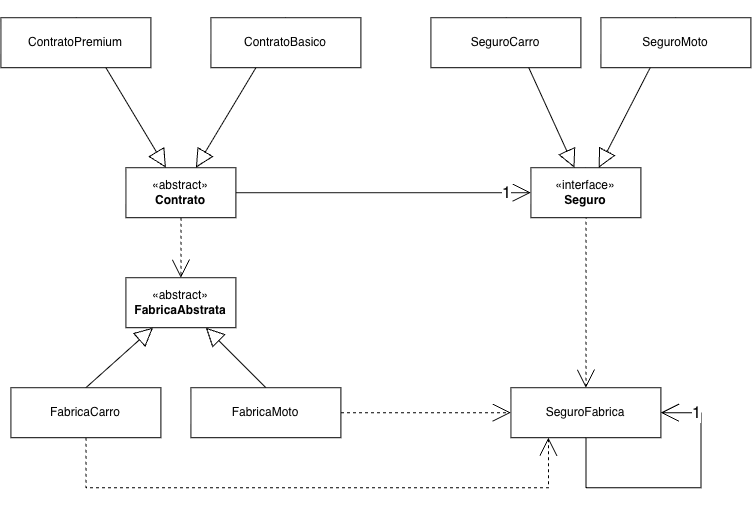
The draw.io diagram Diagrama.png in LeonardoVieira25/integra-bridge, before a commit. Source tidied: cells renumbered, new cells last; positions are measured from the earlier drawing's top-left corner, leaving out a move shared by most shapes. The source it was exported from:
```xml
<mxGraphModel background="#FFFFFF">
  <root>
    <mxCell id="0" />
    <mxCell id="1" parent="0" />
    <mxCell id="2" style="rounded=0;jettySize=auto;html=1;exitX=0.5;exitY=0;exitDx=0;exitDy=0;entryX=0.5;entryY=0;entryDx=0;entryDy=0;endArrow=open;endFill=0;dashed=1;endSize=16;" parent="1" edge="1" source="3" target="17">
      <mxGeometry relative="1" as="geometry" />
    </mxCell>
    <mxCell id="3" value="«interface»&lt;br&gt;&lt;b&gt;Seguro&lt;/b&gt;" style="html=1;whiteSpace=wrap;" parent="1" vertex="1">
      <mxGeometry x="530" y="150" width="110" height="50" as="geometry" />
    </mxCell>
    <mxCell id="4" style="rounded=0;jettySize=auto;html=1;exitX=0.5;exitY=0;exitDx=0;exitDy=0;endArrow=block;endFill=0;endSize=16;" parent="1" edge="1" source="5" target="3">
      <mxGeometry relative="1" as="geometry" />
    </mxCell>
    <mxCell id="5" value="SeguroCarro" style="html=1;whiteSpace=wrap;" parent="1" vertex="1">
      <mxGeometry x="430" width="150" height="50" as="geometry" />
    </mxCell>
    <mxCell id="6" style="rounded=0;jettySize=auto;html=1;exitX=0.5;exitY=0;exitDx=0;exitDy=0;endArrow=block;endFill=0;endSize=16;" parent="1" edge="1" source="7" target="3">
      <mxGeometry relative="1" as="geometry" />
    </mxCell>
    <mxCell id="7" value="SeguroMoto" style="html=1;whiteSpace=wrap;" parent="1" vertex="1">
      <mxGeometry x="600" width="150" height="50" as="geometry" />
    </mxCell>
    <mxCell id="8" style="edgeStyle=orthogonalEdgeStyle;rounded=0;jettySize=auto;html=1;exitX=1;exitY=0.5;exitDx=0;exitDy=0;entryX=0;entryY=0.5;entryDx=0;entryDy=0;endArrow=open;endFill=0;endSize=16;" parent="1" edge="1" source="11" target="3">
      <mxGeometry relative="1" as="geometry" />
    </mxCell>
    <mxCell id="9" value="&lt;font style=&quot;font-size: 16px;&quot;&gt;1&lt;/font&gt;" style="edgeLabel;html=1;align=center;verticalAlign=middle;" parent="8" vertex="1">
      <mxGeometry x="0.82" relative="1" as="geometry">
        <mxPoint x="1" as="offset" />
      </mxGeometry>
    </mxCell>
    <mxCell id="10" style="rounded=0;jettySize=auto;html=1;entryX=0.5;entryY=0;entryDx=0;entryDy=0;dashed=1;endSize=16;endArrow=open;endFill=0;" parent="1" edge="1" source="11" target="16">
      <mxGeometry relative="1" as="geometry" />
    </mxCell>
    <mxCell id="11" value="«abstract&lt;span style=&quot;background-color: transparent; color: light-dark(rgb(0, 0, 0), rgb(255, 255, 255));&quot;&gt;»&lt;/span&gt;&lt;div&gt;&lt;b&gt;Contrato&lt;/b&gt;&lt;/div&gt;" style="html=1;whiteSpace=wrap;" parent="1" vertex="1">
      <mxGeometry x="125" y="150" width="110" height="50" as="geometry" />
    </mxCell>
    <mxCell id="12" style="rounded=0;jettySize=auto;html=1;exitX=0.5;exitY=0;exitDx=0;exitDy=0;endArrow=block;endFill=0;endSize=16;" parent="1" edge="1" source="13" target="11">
      <mxGeometry relative="1" as="geometry" />
    </mxCell>
    <mxCell id="13" value="ContratoBasico" style="html=1;whiteSpace=wrap;" parent="1" vertex="1">
      <mxGeometry x="210" width="150" height="50" as="geometry" />
    </mxCell>
    <mxCell id="14" style="rounded=0;jettySize=auto;html=1;exitX=0.5;exitY=0;exitDx=0;exitDy=0;endArrow=block;endFill=0;endSize=16;" parent="1" edge="1" source="15" target="11">
      <mxGeometry relative="1" as="geometry" />
    </mxCell>
    <mxCell id="15" value="ContratoPremium" style="html=1;whiteSpace=wrap;" parent="1" vertex="1">
      <mxGeometry width="150" height="50" as="geometry" />
    </mxCell>
    <mxCell id="16" value="«abstract&lt;span style=&quot;background-color: transparent; color: light-dark(rgb(0, 0, 0), rgb(255, 255, 255));&quot;&gt;»&lt;/span&gt;&lt;div&gt;&lt;b&gt;FabricaAbstrata&lt;/b&gt;&lt;/div&gt;" style="html=1;whiteSpace=wrap;" parent="1" vertex="1">
      <mxGeometry x="125" y="260" width="110" height="50" as="geometry" />
    </mxCell>
    <mxCell id="17" value="SeguroFabrica" style="html=1;whiteSpace=wrap;" parent="1" vertex="1">
      <mxGeometry x="510" y="370" width="150" height="50" as="geometry" />
    </mxCell>
    <mxCell id="18" style="edgeStyle=orthogonalEdgeStyle;rounded=0;orthogonalLoop=1;jettySize=auto;html=1;innerLoopWaypoints=1;exitX=0.5;exitY=1;exitDx=0;exitDy=0;entryX=1;entryY=0.5;entryDx=0;entryDy=0;endArrow=open;endFill=0;endSize=16;" parent="1" edge="1" source="17" target="17">
      <mxGeometry relative="1" as="geometry">
        <Array as="points">
          <mxPoint x="585" y="470" />
          <mxPoint x="700" y="470" />
          <mxPoint x="700" y="395" />
        </Array>
      </mxGeometry>
    </mxCell>
    <mxCell id="19" value="&lt;font style=&quot;font-size: 16px;&quot;&gt;1&lt;/font&gt;" style="edgeLabel;html=1;align=center;verticalAlign=middle;" parent="18" vertex="1">
      <mxGeometry x="0.76" y="2" relative="1" as="geometry">
        <mxPoint y="-2" as="offset" />
      </mxGeometry>
    </mxCell>
    <mxCell id="20" style="rounded=0;jettySize=auto;html=1;exitX=0.5;exitY=0;exitDx=0;exitDy=0;endArrow=block;endFill=0;endSize=16;" parent="1" edge="1" source="22" target="16">
      <mxGeometry relative="1" as="geometry" />
    </mxCell>
    <mxCell id="21" style="edgeStyle=orthogonalEdgeStyle;rounded=0;jettySize=auto;html=1;exitX=0.5;exitY=1;exitDx=0;exitDy=0;entryX=0.25;entryY=1;entryDx=0;entryDy=0;endArrow=open;endFill=0;endSize=16;dashed=1;" parent="1" edge="1" source="22" target="17">
      <mxGeometry relative="1" as="geometry">
        <Array as="points">
          <mxPoint x="85" y="470" />
          <mxPoint x="547.5" y="470" />
        </Array>
      </mxGeometry>
    </mxCell>
    <mxCell id="22" value="FabricaCarro" style="html=1;whiteSpace=wrap;" parent="1" vertex="1">
      <mxGeometry x="10" y="370" width="150" height="50" as="geometry" />
    </mxCell>
    <mxCell id="23" style="rounded=0;jettySize=auto;html=1;exitX=0.5;exitY=0;exitDx=0;exitDy=0;endArrow=block;endFill=0;endSize=16;" parent="1" edge="1" source="25" target="16">
      <mxGeometry relative="1" as="geometry" />
    </mxCell>
    <mxCell id="24" style="rounded=0;jettySize=auto;html=1;exitX=1;exitY=0.5;exitDx=0;exitDy=0;entryX=0;entryY=0.5;entryDx=0;entryDy=0;endArrow=open;endFill=0;endSize=16;dashed=1;" parent="1" edge="1" source="25" target="17">
      <mxGeometry relative="1" as="geometry" />
    </mxCell>
    <mxCell id="25" value="FabricaMoto" style="html=1;whiteSpace=wrap;" parent="1" vertex="1">
      <mxGeometry x="190" y="370" width="150" height="50" as="geometry" />
    </mxCell>
  </root>
</mxGraphModel>
```
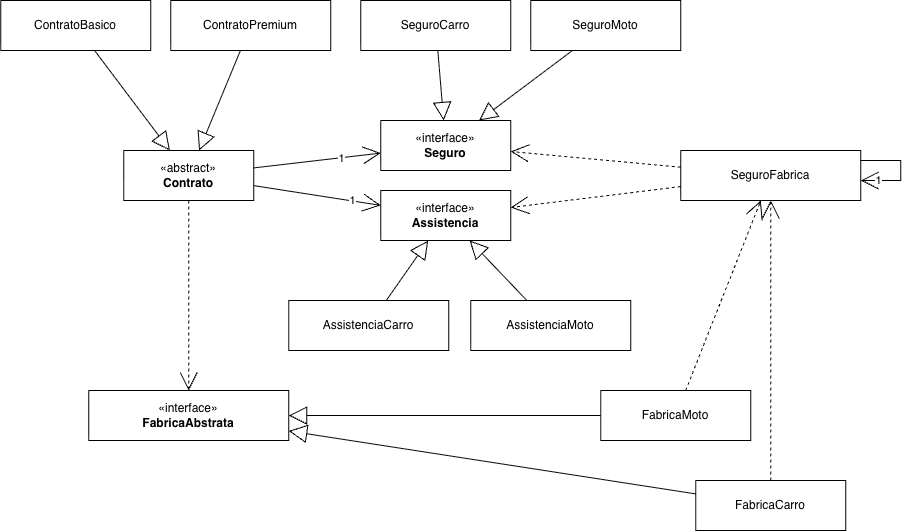
After the commit.

The edit, as a diff of the source:
```diff
@@ -2,92 +2,100 @@
   <root>
     <mxCell id="0" />
     <mxCell id="1" parent="0" />
-    <mxCell id="2" style="rounded=0;jettySize=auto;html=1;exitX=0.5;exitY=0;exitDx=0;exitDy=0;entryX=0.5;entryY=0;entryDx=0;entryDy=0;endArrow=open;endFill=0;dashed=1;endSize=16;" parent="1" edge="1" source="3" target="17">
-      <mxGeometry relative="1" as="geometry" />
-    </mxCell>
+    <mxCell id="26" value="«abstract»&lt;br&gt;&lt;b&gt;Contrato&lt;/b&gt;" style="html=1;whiteSpace=wrap;" parent="1" vertex="1">
+      <mxGeometry x="-965" y="125" width="130" height="50" as="geometry" />
+    </mxCell>
+    <mxCell id="13" value="ContratoBasico" style="html=1;whiteSpace=wrap;" parent="1" vertex="1">
+      <mxGeometry x="-1088" y="-25" width="150" height="50" as="geometry" />
+    </mxCell>
+    <mxCell id="15" value="ContratoPremium" style="html=1;whiteSpace=wrap;" parent="1" vertex="1">
+      <mxGeometry x="-918" y="-25" width="160" height="50" as="geometry" />
+    </mxCell>
     <mxCell id="3" value="«interface»&lt;br&gt;&lt;b&gt;Seguro&lt;/b&gt;" style="html=1;whiteSpace=wrap;" parent="1" vertex="1">
-      <mxGeometry x="530" y="150" width="110" height="50" as="geometry" />
+      <mxGeometry x="-708" y="95" width="130" height="50" as="geometry" />
     </mxCell>
+    <mxCell id="5" value="SeguroCarro" style="html=1;whiteSpace=wrap;" parent="1" vertex="1">
+      <mxGeometry x="-728" y="-25" width="150" height="50" as="geometry" />
+    </mxCell>
+    <mxCell id="7" value="SeguroMoto" style="html=1;whiteSpace=wrap;" parent="1" vertex="1">
+      <mxGeometry x="-558" y="-25" width="150" height="50" as="geometry" />
+    </mxCell>
+    <mxCell id="27" value="«interface»&lt;br&gt;&lt;b&gt;Assistencia&lt;/b&gt;" style="html=1;whiteSpace=wrap;" parent="1" vertex="1">
+      <mxGeometry x="-708" y="165" width="130" height="50" as="geometry" />
+    </mxCell>
+    <mxCell id="28" value="AssistenciaCarro" style="html=1;whiteSpace=wrap;" parent="1" vertex="1">
+      <mxGeometry x="-800" y="275" width="160" height="50" as="geometry" />
+    </mxCell>
+    <mxCell id="29" value="AssistenciaMoto" style="html=1;whiteSpace=wrap;" parent="1" vertex="1">
+      <mxGeometry x="-618" y="275" width="160" height="50" as="geometry" />
+    </mxCell>
+    <mxCell id="30" value="«interface»&lt;br&gt;&lt;b&gt;FabricaAbstrata&lt;/b&gt;" style="html=1;whiteSpace=wrap;" parent="1" vertex="1">
+      <mxGeometry x="-1000" y="365" width="200" height="50" as="geometry" />
+    </mxCell>
+    <mxCell id="17" value="SeguroFabrica" style="html=1;whiteSpace=wrap;" parent="1" vertex="1">
+      <mxGeometry x="-408" y="125" width="180" height="50" as="geometry" />
+    </mxCell>
+    <mxCell id="22" value="FabricaCarro" style="html=1;whiteSpace=wrap;" parent="1" vertex="1">
+      <mxGeometry x="-393" y="455" width="150" height="50" as="geometry" />
+    </mxCell>
+    <mxCell id="25" value="FabricaMoto" style="html=1;whiteSpace=wrap;" parent="1" vertex="1">
+      <mxGeometry x="-488" y="365" width="150" height="50" as="geometry" />
+    </mxCell>
+    <mxCell id="31" style="rounded=0;jettySize=auto;html=1;endArrow=block;endFill=0;endSize=16;" parent="1" edge="1" source="15" target="26">
+      <mxGeometry relative="1" as="geometry" />
+    </mxCell>
+    <mxCell id="32" style="rounded=0;jettySize=auto;html=1;endArrow=block;endFill=0;endSize=16;" parent="1" edge="1" source="13" target="26">
+      <mxGeometry relative="1" as="geometry" />
+    </mxCell>
-    <mxCell id="4" style="rounded=0;jettySize=auto;html=1;exitX=0.5;exitY=0;exitDx=0;exitDy=0;endArrow=block;endFill=0;endSize=16;" parent="1" edge="1" source="5" target="3">
+    <mxCell id="4" style="rounded=0;jettySize=auto;html=1;endArrow=block;endFill=0;endSize=16;" parent="1" edge="1" source="5" target="3">
       <mxGeometry relative="1" as="geometry" />
     </mxCell>
-    <mxCell id="5" value="SeguroCarro" style="html=1;whiteSpace=wrap;" parent="1" vertex="1">
-      <mxGeometry x="430" width="150" height="50" as="geometry" />
-    </mxCell>
-    <mxCell id="6" style="rounded=0;jettySize=auto;html=1;exitX=0.5;exitY=0;exitDx=0;exitDy=0;endArrow=block;endFill=0;endSize=16;" parent="1" edge="1" source="7" target="3">
+    <mxCell id="6" style="rounded=0;jettySize=auto;html=1;endArrow=block;endFill=0;endSize=16;" parent="1" edge="1" source="7" target="3">
       <mxGeometry relative="1" as="geometry" />
     </mxCell>
-    <mxCell id="7" value="SeguroMoto" style="html=1;whiteSpace=wrap;" parent="1" vertex="1">
-      <mxGeometry x="600" width="150" height="50" as="geometry" />
-    </mxCell>
-    <mxCell id="8" style="edgeStyle=orthogonalEdgeStyle;rounded=0;jettySize=auto;html=1;exitX=1;exitY=0.5;exitDx=0;exitDy=0;entryX=0;entryY=0.5;entryDx=0;entryDy=0;endArrow=open;endFill=0;endSize=16;" parent="1" edge="1" source="11" target="3">
-      <mxGeometry relative="1" as="geometry" />
-    </mxCell>
-    <mxCell id="9" value="&lt;font style=&quot;font-size: 16px;&quot;&gt;1&lt;/font&gt;" style="edgeLabel;html=1;align=center;verticalAlign=middle;" parent="8" vertex="1">
-      <mxGeometry x="0.82" relative="1" as="geometry">
-        <mxPoint x="1" as="offset" />
-      </mxGeometry>
-    </mxCell>
-    <mxCell id="10" style="rounded=0;jettySize=auto;html=1;entryX=0.5;entryY=0;entryDx=0;entryDy=0;dashed=1;endSize=16;endArrow=open;endFill=0;" parent="1" edge="1" source="11" target="16">
-      <mxGeometry relative="1" as="geometry" />
-    </mxCell>
-    <mxCell id="11" value="«abstract&lt;span style=&quot;background-color: transparent; color: light-dark(rgb(0, 0, 0), rgb(255, 255, 255));&quot;&gt;»&lt;/span&gt;&lt;div&gt;&lt;b&gt;Contrato&lt;/b&gt;&lt;/div&gt;" style="html=1;whiteSpace=wrap;" parent="1" vertex="1">
-      <mxGeometry x="125" y="150" width="110" height="50" as="geometry" />
-    </mxCell>
-    <mxCell id="12" style="rounded=0;jettySize=auto;html=1;exitX=0.5;exitY=0;exitDx=0;exitDy=0;endArrow=block;endFill=0;endSize=16;" parent="1" edge="1" source="13" target="11">
-      <mxGeometry relative="1" as="geometry" />
-    </mxCell>
-    <mxCell id="13" value="ContratoBasico" style="html=1;whiteSpace=wrap;" parent="1" vertex="1">
-      <mxGeometry x="210" width="150" height="50" as="geometry" />
-    </mxCell>
-    <mxCell id="14" style="rounded=0;jettySize=auto;html=1;exitX=0.5;exitY=0;exitDx=0;exitDy=0;endArrow=block;endFill=0;endSize=16;" parent="1" edge="1" source="15" target="11">
-      <mxGeometry relative="1" as="geometry" />
-    </mxCell>
-    <mxCell id="15" value="ContratoPremium" style="html=1;whiteSpace=wrap;" parent="1" vertex="1">
-      <mxGeometry width="150" height="50" as="geometry" />
-    </mxCell>
-    <mxCell id="16" value="«abstract&lt;span style=&quot;background-color: transparent; color: light-dark(rgb(0, 0, 0), rgb(255, 255, 255));&quot;&gt;»&lt;/span&gt;&lt;div&gt;&lt;b&gt;FabricaAbstrata&lt;/b&gt;&lt;/div&gt;" style="html=1;whiteSpace=wrap;" parent="1" vertex="1">
-      <mxGeometry x="125" y="260" width="110" height="50" as="geometry" />
-    </mxCell>
-    <mxCell id="17" value="SeguroFabrica" style="html=1;whiteSpace=wrap;" parent="1" vertex="1">
-      <mxGeometry x="510" y="370" width="150" height="50" as="geometry" />
-    </mxCell>
+    <mxCell id="33" style="rounded=0;jettySize=auto;html=1;endArrow=block;endFill=0;endSize=16;" parent="1" edge="1" source="28" target="27">
+      <mxGeometry relative="1" as="geometry" />
+    </mxCell>
+    <mxCell id="34" style="rounded=0;jettySize=auto;html=1;endArrow=block;endFill=0;endSize=16;" parent="1" edge="1" source="29" target="27">
+      <mxGeometry relative="1" as="geometry" />
+    </mxCell>
+    <mxCell id="35" style="rounded=0;jettySize=auto;html=1;endArrow=block;endFill=0;endSize=16;" parent="1" edge="1" source="22" target="30">
+      <mxGeometry relative="1" as="geometry" />
+    </mxCell>
+    <mxCell id="36" style="rounded=0;jettySize=auto;html=1;endArrow=block;endFill=0;endSize=16;" parent="1" edge="1" source="25" target="30">
+      <mxGeometry relative="1" as="geometry" />
+    </mxCell>
+    <mxCell id="37" value="1" style="rounded=0;jettySize=auto;html=1;endArrow=open;endFill=0;endSize=16;" parent="1" edge="1" source="26" target="3">
+      <mxGeometry x="0.37" y="-1" relative="1" as="geometry" />
+    </mxCell>
+    <mxCell id="38" value="1" style="rounded=0;jettySize=auto;html=1;endArrow=open;endFill=0;endSize=16;" parent="1" edge="1" source="26" target="27">
+      <mxGeometry x="0.55" y="1" relative="1" as="geometry" />
+    </mxCell>
+    <mxCell id="39" style="rounded=0;jettySize=auto;html=1;endArrow=open;endFill=0;dashed=1;endSize=16;" parent="1" edge="1" source="26" target="30">
+      <mxGeometry relative="1" as="geometry" />
+    </mxCell>
+    <mxCell id="21" style="rounded=0;jettySize=auto;html=1;endArrow=open;endFill=0;dashed=1;endSize=16;" parent="1" edge="1" source="22" target="17">
+      <mxGeometry relative="1" as="geometry" />
+    </mxCell>
+    <mxCell id="24" style="rounded=0;jettySize=auto;html=1;endArrow=open;endFill=0;dashed=1;endSize=16;" parent="1" edge="1" source="25" target="17">
+      <mxGeometry relative="1" as="geometry" />
+    </mxCell>
+    <mxCell id="40" style="rounded=0;jettySize=auto;html=1;endArrow=open;endFill=0;dashed=1;endSize=16;" parent="1" edge="1" source="17" target="3">
+      <mxGeometry x="-0.58" y="74" relative="1" as="geometry" />
+    </mxCell>
+    <mxCell id="41" style="rounded=0;jettySize=auto;html=1;endArrow=open;endFill=0;dashed=1;endSize=16;" parent="1" edge="1" source="17" target="27">
+      <mxGeometry relative="1" as="geometry" />
+    </mxCell>
-    <mxCell id="18" style="edgeStyle=orthogonalEdgeStyle;rounded=0;orthogonalLoop=1;jettySize=auto;html=1;innerLoopWaypoints=1;exitX=0.5;exitY=1;exitDx=0;exitDy=0;entryX=1;entryY=0.5;entryDx=0;entryDy=0;endArrow=open;endFill=0;endSize=16;" parent="1" edge="1" source="17" target="17">
+    <mxCell id="18" style="edgeStyle=orthogonalEdgeStyle;rounded=0;orthogonalLoop=1;jettySize=auto;html=1;endArrow=open;endFill=0;endSize=16;innerLoopWaypoints=1;" parent="1" edge="1" source="17" target="17">
       <mxGeometry relative="1" as="geometry">
         <Array as="points">
-          <mxPoint x="585" y="470" />
-          <mxPoint x="700" y="470" />
-          <mxPoint x="700" y="395" />
+          <mxPoint x="-188" y="135" />
+          <mxPoint x="-188" y="155" />
         </Array>
       </mxGeometry>
     </mxCell>
-    <mxCell id="19" value="&lt;font style=&quot;font-size: 16px;&quot;&gt;1&lt;/font&gt;" style="edgeLabel;html=1;align=center;verticalAlign=middle;" parent="18" vertex="1">
-      <mxGeometry x="0.76" y="2" relative="1" as="geometry">
-        <mxPoint y="-2" as="offset" />
-      </mxGeometry>
-    </mxCell>
-    <mxCell id="20" style="rounded=0;jettySize=auto;html=1;exitX=0.5;exitY=0;exitDx=0;exitDy=0;endArrow=block;endFill=0;endSize=16;" parent="1" edge="1" source="22" target="16">
-      <mxGeometry relative="1" as="geometry" />
-    </mxCell>
-    <mxCell id="21" style="edgeStyle=orthogonalEdgeStyle;rounded=0;jettySize=auto;html=1;exitX=0.5;exitY=1;exitDx=0;exitDy=0;entryX=0.25;entryY=1;entryDx=0;entryDy=0;endArrow=open;endFill=0;endSize=16;dashed=1;" parent="1" edge="1" source="22" target="17">
-      <mxGeometry relative="1" as="geometry">
-        <Array as="points">
-          <mxPoint x="85" y="470" />
-          <mxPoint x="547.5" y="470" />
-        </Array>
-      </mxGeometry>
-    </mxCell>
-    <mxCell id="22" value="FabricaCarro" style="html=1;whiteSpace=wrap;" parent="1" vertex="1">
-      <mxGeometry x="10" y="370" width="150" height="50" as="geometry" />
-    </mxCell>
-    <mxCell id="23" style="rounded=0;jettySize=auto;html=1;exitX=0.5;exitY=0;exitDx=0;exitDy=0;endArrow=block;endFill=0;endSize=16;" parent="1" edge="1" source="25" target="16">
-      <mxGeometry relative="1" as="geometry" />
-    </mxCell>
-    <mxCell id="24" style="rounded=0;jettySize=auto;html=1;exitX=1;exitY=0.5;exitDx=0;exitDy=0;entryX=0;entryY=0.5;entryDx=0;entryDy=0;endArrow=open;endFill=0;endSize=16;dashed=1;" parent="1" edge="1" source="25" target="17">
-      <mxGeometry relative="1" as="geometry" />
-    </mxCell>
-    <mxCell id="25" value="FabricaMoto" style="html=1;whiteSpace=wrap;" parent="1" vertex="1">
-      <mxGeometry x="190" y="370" width="150" height="50" as="geometry" />
-    </mxCell>
+    <mxCell id="42" value="1" style="edgeLabel;html=1;align=center;verticalAlign=middle;" parent="18" vertex="1">
+      <mxGeometry x="0.66" y="-1" relative="1" as="geometry" />
+    </mxCell>
   </root>
 </mxGraphModel>
```
